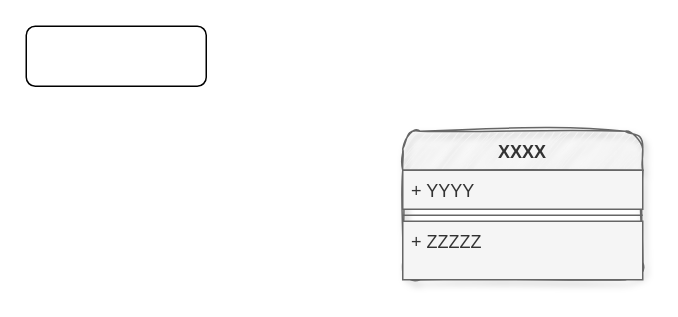
ray-jk-hong/examples keeps this draw.io diagram as usbDrv/USB结构体.drawio. Above is the earlier version. Source tidied: cells renumbered, new cells numbered last; positions are measured from the earlier drawing's top-left corner, leaving out a move shared by most shapes. Both pictures are drawn from the tidied source at 150%, with x=0, y=0 at pixel (26, 26).
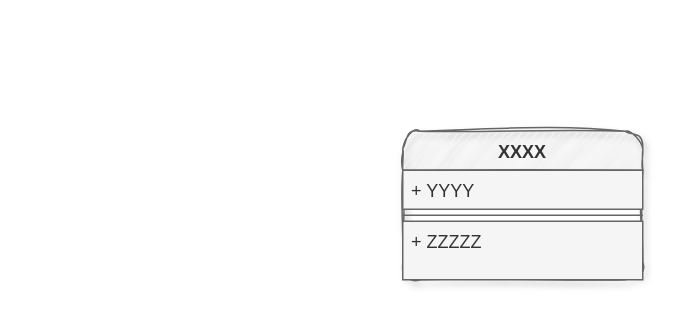
Above is the later version.

The edit, as a diff of the source:
```diff
@@
 <mxGraphModel>
   <root>
     <mxCell id="0" />
     <mxCell id="1" parent="0" />
-    <mxCell id="2" style="rounded=1;whiteSpace=wrap;html=1;" parent="1" vertex="1">
-      <mxGeometry width="120" height="40" as="geometry" />
-    </mxCell>
     <mxCell id="3" value="XXXX" style="swimlane;fontStyle=1;align=center;verticalAlign=top;horizontal=1;startSize=26;whiteSpace=wrap;html=1;shadow=1;glass=0;rounded=1;sketch=1;curveFitting=1;jiggle=2;fillColor=#f5f5f5;fontColor=#333333;strokeColor=#666666;" parent="1" vertex="1">
       <mxGeometry x="251" y="70" width="160" height="99" as="geometry" />
     </mxCell>
     <mxCell id="4" value="+ YYYY" style="text;strokeColor=#666666;fillColor=#f5f5f5;align=left;verticalAlign=top;spacingLeft=4;spacingRight=4;overflow=hidden;whiteSpace=wrap;html=1;fontColor=#333333;" parent="3" vertex="1">
       <mxGeometry y="26" width="160" height="26" as="geometry" />
     </mxCell>
     <mxCell id="5" style="line;strokeWidth=1;fillColor=#f5f5f5;align=left;verticalAlign=middle;spacingTop=-1;spacingLeft=3;spacingRight=3;labelPosition=right;strokeColor=#666666;fontColor=#333333;" parent="3" vertex="1">
       <mxGeometry y="52" width="160" height="8" as="geometry" />
     </mxCell>
     <mxCell id="6" value="+ ZZZZZ&lt;div&gt;&lt;br&gt;&lt;/div&gt;&lt;div&gt;&lt;br&gt;&lt;/div&gt;&lt;div&gt;&lt;br&gt;&lt;/div&gt;" style="text;strokeColor=#666666;fillColor=#f5f5f5;align=left;verticalAlign=top;spacingLeft=4;spacingRight=4;overflow=hidden;whiteSpace=wrap;html=1;fontColor=#333333;" parent="3" vertex="1">
       <mxGeometry y="60" width="160" height="39" as="geometry" />
     </mxCell>
   </root>
 </mxGraphModel>
```
